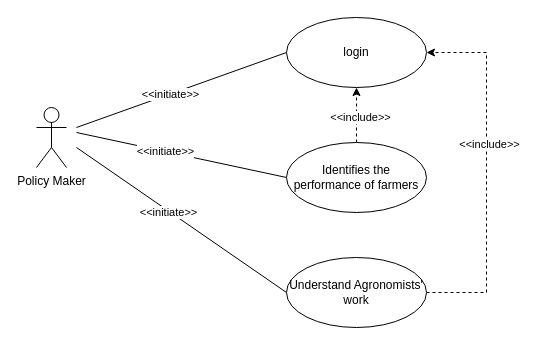
Earlier version of the draw.io diagram page "policy maker" (2 of 3) of RASD/diagrams/UseCaseModel.drawio (ictar/DREAM-SE2-Project-2022). Source tidied: cells renumbered, new cells numbered last; positions are measured from the earlier drawing's top-left corner, leaving out a move shared by most shapes. Both pictures are drawn from the tidied source at 100%, with x=0, y=0 at pixel (36, 17).
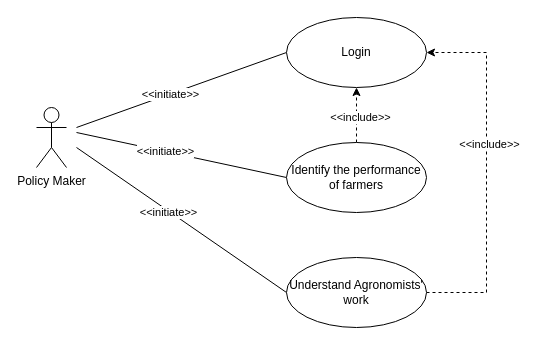
The same page after the edit.

What changed in the source:
```diff
@@
-    <mxCell id="9" value="login" style="ellipse;whiteSpace=wrap;html=1;" parent="1" vertex="1">
+    <mxCell id="9" value="Login" style="ellipse;whiteSpace=wrap;html=1;" parent="1" vertex="1">
       <mxGeometry x="250" width="140" height="70" as="geometry" />
     </mxCell>
@@
-    <mxCell id="12" value="Identifies the performance of farmers" style="ellipse;whiteSpace=wrap;html=1;" parent="1" vertex="1">
+    <mxCell id="12" value="Identify the performance of farmers" style="ellipse;whiteSpace=wrap;html=1;" parent="1" vertex="1">
       <mxGeometry x="250" y="125" width="140" height="70" as="geometry" />
     </mxCell>
```
